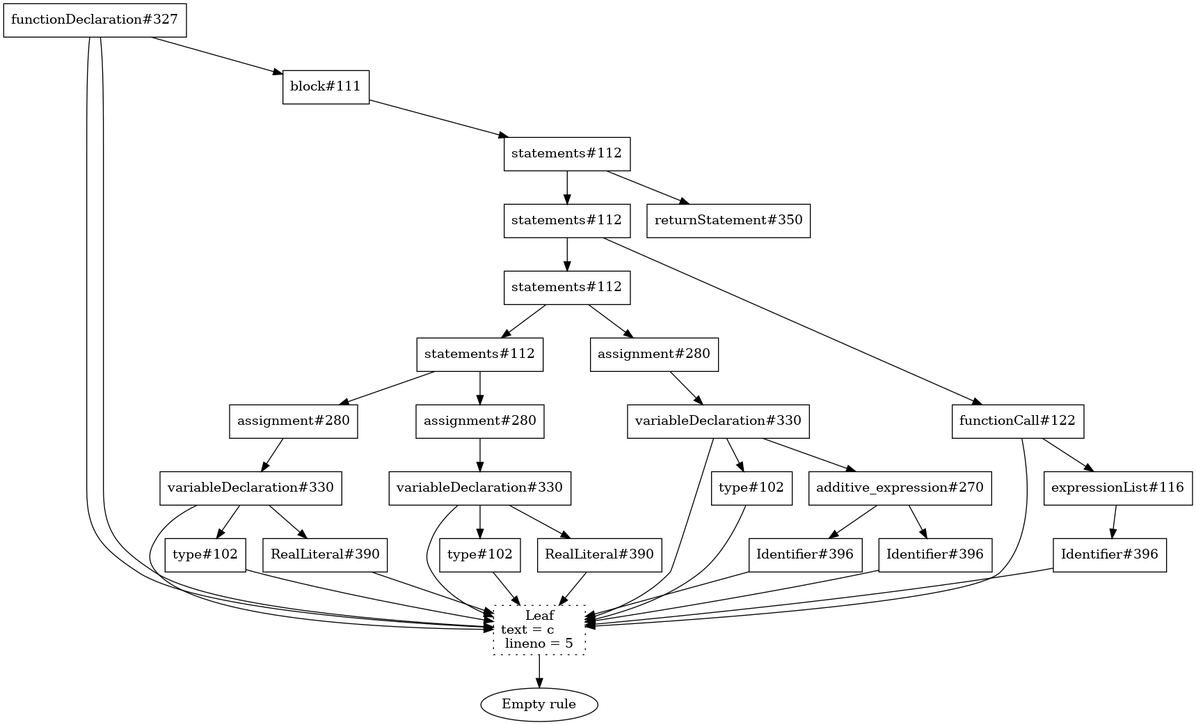
The Graphviz diagram float.png in CalebKrcil/compilers, before a commit. Its source is kept beside it as float.kt.dot. Its diagram source:
```dot
digraph {
N24 [shape=box label="functionDeclaration#327"];
N24 -> N0;
N0 [shape=box style=dotted label="Leaf\ntext = main \l lineno = 1 \l"];
N24 -> N0;
N0 [shape=box label="functionValueParameters#108"];
N0 -> N25;
N25 [label="Empty rule"];
N24 -> N23;
N23 [shape=box label="block#111"];
N23 -> N22;
N22 [shape=box label="statements#112"];
N22 -> N20;
N20 [shape=box label="statements#112"];
N20 -> N16;
N16 [shape=box label="statements#112"];
N16 -> N9;
N9 [shape=box label="statements#112"];
N9 -> N4;
N4 [shape=box label="assignment#280"];
N4 -> N3;
N3 [shape=box label="variableDeclaration#330"];
N3 -> N0;
N0 [shape=box style=dotted label="Leaf\ntext = a \l lineno = 2 \l"];
N3 -> N1;
N1 [shape=box label="type#102"];
N1 -> N0;
N0 [shape=box style=dotted label="Leaf\ntext = Double \l lineno = 2 \l"];
N3 -> N2;
N2 [shape=box label="RealLiteral#390"];
N2 -> N0;
N0 [shape=box style=dotted label="Leaf\ntext = 5.4 \l lineno = 2 \l"];
N9 -> N8;
N8 [shape=box label="assignment#280"];
N8 -> N7;
N7 [shape=box label="variableDeclaration#330"];
N7 -> N0;
N0 [shape=box style=dotted label="Leaf\ntext = b \l lineno = 3 \l"];
N7 -> N5;
N5 [shape=box label="type#102"];
N5 -> N0;
N0 [shape=box style=dotted label="Leaf\ntext = Double \l lineno = 3 \l"];
N7 -> N6;
N6 [shape=box label="RealLiteral#390"];
N6 -> N0;
N0 [shape=box style=dotted label="Leaf\ntext = 2.1 \l lineno = 3 \l"];
N16 -> N15;
N15 [shape=box label="assignment#280"];
N15 -> N14;
N14 [shape=box label="variableDeclaration#330"];
N14 -> N0;
N0 [shape=box style=dotted label="Leaf\ntext = c \l lineno = 4 \l"];
N14 -> N10;
N10 [shape=box label="type#102"];
N10 -> N0;
N0 [shape=box style=dotted label="Leaf\ntext = Double \l lineno = 4 \l"];
N14 -> N13;
N13 [shape=box label="additive_expression#270"];
N13 -> N11;
N11 [shape=box label="Identifier#396"];
N11 -> N0;
N0 [shape=box style=dotted label="Leaf\ntext = a \l lineno = 4 \l"];
N13 -> N12;
N12 [shape=box label="Identifier#396"];
N12 -> N0;
N0 [shape=box style=dotted label="Leaf\ntext = b \l lineno = 4 \l"];
N20 -> N19;
N19 [shape=box label="functionCall#122"];
N19 -> N0;
N0 [shape=box style=dotted label="Leaf\ntext = println \l lineno = 5 \l"];
N19 -> N18;
N18 [shape=box label="expressionList#116"];
N18 -> N17;
N17 [shape=box label="Identifier#396"];
N17 -> N0;
N0 [shape=box style=dotted label="Leaf\ntext = c \l lineno = 5 \l"];
N22 -> N21;
N21 [shape=box label="returnStatement#350"];
}
```
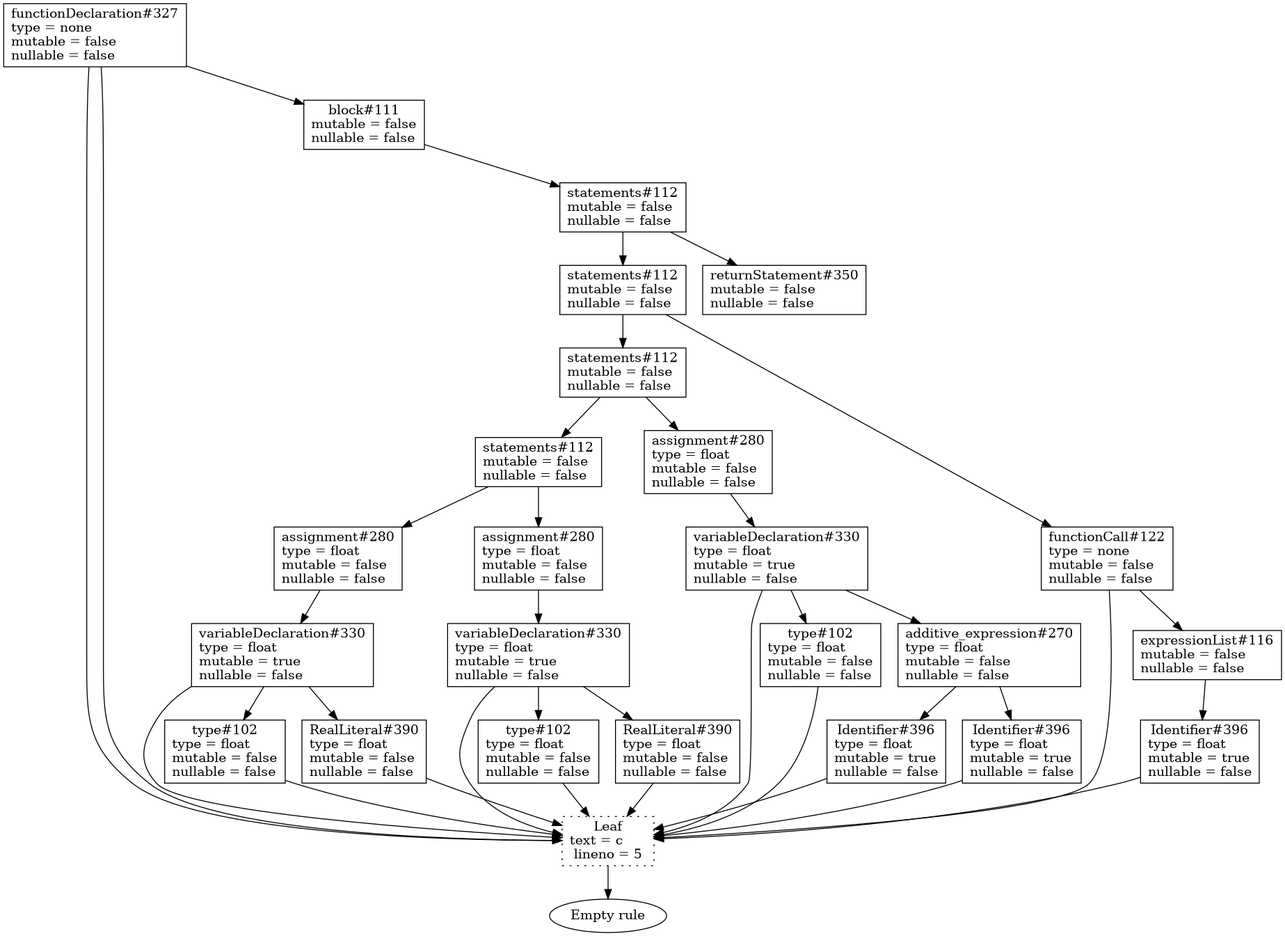
After the commit.

Diff of the diagram source:
```diff
@@ -1,79 +1,79 @@
 digraph {
-N24 [shape=box label="functionDeclaration#327"];
+N24 [shape=box label="functionDeclaration#327\ntype = none\lmutable = false\lnullable = false\l"];
 N24 -> N0;
 N0 [shape=box style=dotted label="Leaf\ntext = main \l lineno = 1 \l"];
 N24 -> N0;
-N0 [shape=box label="functionValueParameters#108"];
+N0 [shape=box label="functionValueParameters#108\nmutable = false\lnullable = false\l"];
 N0 -> N25;
 N25 [label="Empty rule"];
 N24 -> N23;
-N23 [shape=box label="block#111"];
+N23 [shape=box label="block#111\nmutable = false\lnullable = false\l"];
 N23 -> N22;
-N22 [shape=box label="statements#112"];
+N22 [shape=box label="statements#112\nmutable = false\lnullable = false\l"];
 N22 -> N20;
-N20 [shape=box label="statements#112"];
+N20 [shape=box label="statements#112\nmutable = false\lnullable = false\l"];
 N20 -> N16;
-N16 [shape=box label="statements#112"];
+N16 [shape=box label="statements#112\nmutable = false\lnullable = false\l"];
 N16 -> N9;
-N9 [shape=box label="statements#112"];
+N9 [shape=box label="statements#112\nmutable = false\lnullable = false\l"];
 N9 -> N4;
-N4 [shape=box label="assignment#280"];
+N4 [shape=box label="assignment#280\ntype = float\lmutable = false\lnullable = false\l"];
 N4 -> N3;
-N3 [shape=box label="variableDeclaration#330"];
+N3 [shape=box label="variableDeclaration#330\ntype = float\lmutable = true\lnullable = false\l"];
 N3 -> N0;
 N0 [shape=box style=dotted label="Leaf\ntext = a \l lineno = 2 \l"];
 N3 -> N1;
-N1 [shape=box label="type#102"];
+N1 [shape=box label="type#102\ntype = float\lmutable = false\lnullable = false\l"];
 N1 -> N0;
 N0 [shape=box style=dotted label="Leaf\ntext = Double \l lineno = 2 \l"];
 N3 -> N2;
-N2 [shape=box label="RealLiteral#390"];
+N2 [shape=box label="RealLiteral#390\ntype = float\lmutable = false\lnullable = false\l"];
 N2 -> N0;
 N0 [shape=box style=dotted label="Leaf\ntext = 5.4 \l lineno = 2 \l"];
 N9 -> N8;
-N8 [shape=box label="assignment#280"];
+N8 [shape=box label="assignment#280\ntype = float\lmutable = false\lnullable = false\l"];
 N8 -> N7;
-N7 [shape=box label="variableDeclaration#330"];
+N7 [shape=box label="variableDeclaration#330\ntype = float\lmutable = true\lnullable = false\l"];
 N7 -> N0;
 N0 [shape=box style=dotted label="Leaf\ntext = b \l lineno = 3 \l"];
 N7 -> N5;
-N5 [shape=box label="type#102"];
+N5 [shape=box label="type#102\ntype = float\lmutable = false\lnullable = false\l"];
 N5 -> N0;
 N0 [shape=box style=dotted label="Leaf\ntext = Double \l lineno = 3 \l"];
 N7 -> N6;
-N6 [shape=box label="RealLiteral#390"];
+N6 [shape=box label="RealLiteral#390\ntype = float\lmutable = false\lnullable = false\l"];
 N6 -> N0;
 N0 [shape=box style=dotted label="Leaf\ntext = 2.1 \l lineno = 3 \l"];
 N16 -> N15;
-N15 [shape=box label="assignment#280"];
+N15 [shape=box label="assignment#280\ntype = float\lmutable = false\lnullable = false\l"];
 N15 -> N14;
-N14 [shape=box label="variableDeclaration#330"];
+N14 [shape=box label="variableDeclaration#330\ntype = float\lmutable = true\lnullable = false\l"];
 N14 -> N0;
 N0 [shape=box style=dotted label="Leaf\ntext = c \l lineno = 4 \l"];
 N14 -> N10;
-N10 [shape=box label="type#102"];
+N10 [shape=box label="type#102\ntype = float\lmutable = false\lnullable = false\l"];
 N10 -> N0;
 N0 [shape=box style=dotted label="Leaf\ntext = Double \l lineno = 4 \l"];
 N14 -> N13;
-N13 [shape=box label="additive_expression#270"];
+N13 [shape=box label="additive_expression#270\ntype = float\lmutable = false\lnullable = false\l"];
 N13 -> N11;
-N11 [shape=box label="Identifier#396"];
+N11 [shape=box label="Identifier#396\ntype = float\lmutable = true\lnullable = false\l"];
 N11 -> N0;
 N0 [shape=box style=dotted label="Leaf\ntext = a \l lineno = 4 \l"];
 N13 -> N12;
-N12 [shape=box label="Identifier#396"];
+N12 [shape=box label="Identifier#396\ntype = float\lmutable = true\lnullable = false\l"];
 N12 -> N0;
 N0 [shape=box style=dotted label="Leaf\ntext = b \l lineno = 4 \l"];
 N20 -> N19;
-N19 [shape=box label="functionCall#122"];
+N19 [shape=box label="functionCall#122\ntype = none\lmutable = false\lnullable = false\l"];
 N19 -> N0;
 N0 [shape=box style=dotted label="Leaf\ntext = println \l lineno = 5 \l"];
 N19 -> N18;
-N18 [shape=box label="expressionList#116"];
+N18 [shape=box label="expressionList#116\nmutable = false\lnullable = false\l"];
 N18 -> N17;
-N17 [shape=box label="Identifier#396"];
+N17 [shape=box label="Identifier#396\ntype = float\lmutable = true\lnullable = false\l"];
 N17 -> N0;
 N0 [shape=box style=dotted label="Leaf\ntext = c \l lineno = 5 \l"];
 N22 -> N21;
-N21 [shape=box label="returnStatement#350"];
+N21 [shape=box label="returnStatement#350\nmutable = false\lnullable = false\l"];
 }
```
